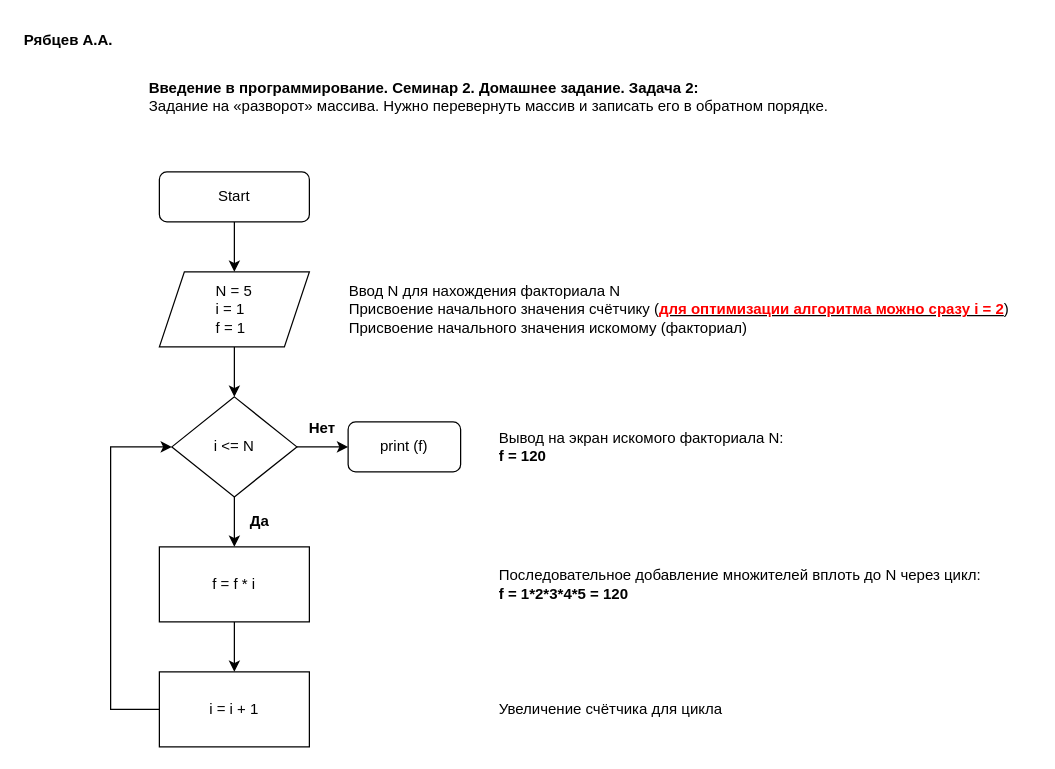
kask1n/Programming_Introguction keeps this draw.io diagram as 2022.12.09_HW_2-2.drawio. Above is the earlier version. Source tidied: cells renumbered, new cells numbered last; positions are measured from the earlier drawing's top-left corner, leaving out a move shared by most shapes. Both pictures are drawn from the tidied source at 125%, with x=0, y=0 at pixel (21, 21).
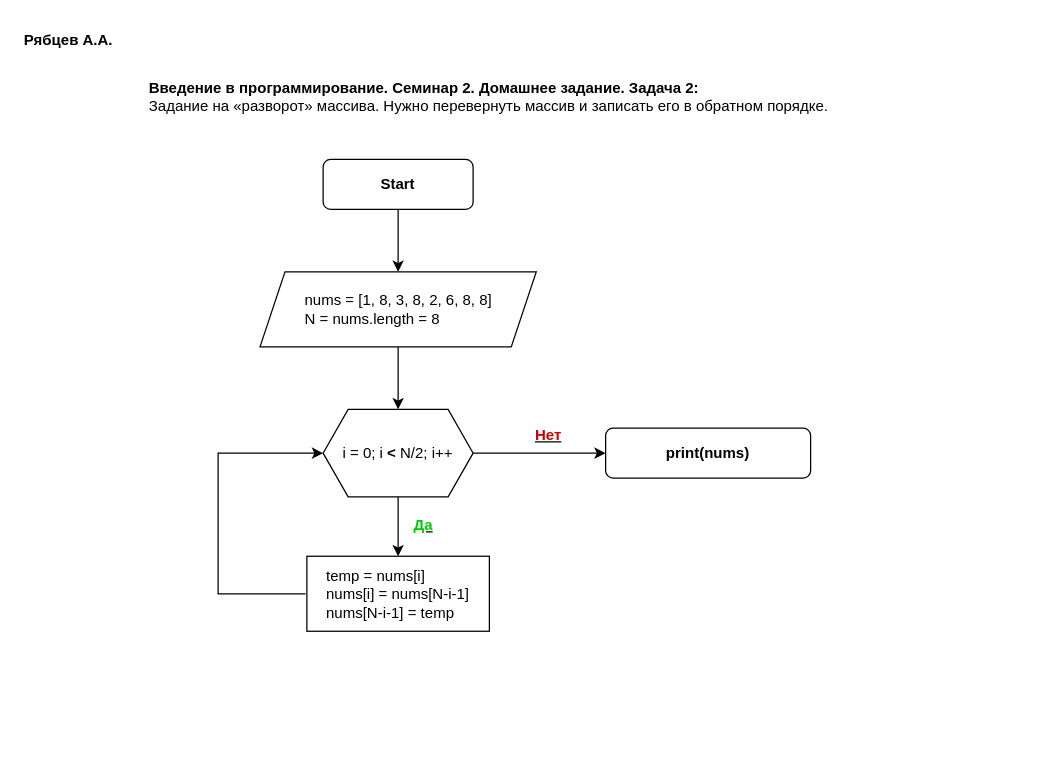
After the change.

The edit, as a diff of the source:
```diff
@@
-    <mxCell id="2" style="edgeStyle=orthogonalEdgeStyle;rounded=0;jettySize=auto;html=1;" parent="1" edge="1" source="3">
-      <mxGeometry relative="1" as="geometry">
-        <mxPoint x="170" y="200" as="targetPoint" />
-      </mxGeometry>
-    </mxCell>
+    <mxCell id="10" value="&lt;b&gt;Введение в программирование. Семинар 2. Домашнее задание. Задача 2:&lt;br&gt;&lt;/b&gt;&lt;div&gt;&lt;div&gt;Задание на «разворот» массива. Нужно перевернуть массив и&amp;nbsp;&lt;span style=&quot;background-color: initial;&quot;&gt;записать его в обратном порядке.&lt;/span&gt;&lt;/div&gt;&lt;/div&gt;" style="text;html=1;align=left;verticalAlign=middle;strokeColor=none;fillColor=none;" parent="1" vertex="1">
+      <mxGeometry x="100" y="40" width="570" height="40" as="geometry" />
+    </mxCell>
+    <mxCell id="21" value="&lt;b&gt;Рябцев А.А.&lt;/b&gt;" style="text;html=1;align=left;verticalAlign=middle;strokeColor=none;fillColor=none;" parent="1" vertex="1">
+      <mxGeometry width="90" height="30" as="geometry" />
+    </mxCell>
+    <mxCell id="22" style="edgeStyle=orthogonalEdgeStyle;rounded=0;jettySize=auto;html=1;" parent="1" edge="1" source="3" target="25">
+      <mxGeometry relative="1" as="geometry" />
+    </mxCell>
-    <mxCell id="3" value="Start" style="rounded=1;whiteSpace=wrap;html=1;fontSize=12;glass=0;strokeWidth=1;shadow=0;" parent="1" vertex="1">
-      <mxGeometry x="110" y="120" width="120" height="40" as="geometry" />
+    <mxCell id="3" value="&lt;b&gt;Start&lt;/b&gt;" style="rounded=1;whiteSpace=wrap;html=1;fontSize=12;glass=0;strokeWidth=1;shadow=0;" parent="1" vertex="1">
+      <mxGeometry x="241" y="110" width="120" height="40" as="geometry" />
     </mxCell>
-    <mxCell id="4" value="print (f)" style="rounded=1;whiteSpace=wrap;html=1;fontSize=12;glass=0;strokeWidth=1;shadow=0;" parent="1" vertex="1">
-      <mxGeometry x="261" y="320" width="90" height="40" as="geometry" />
-    </mxCell>
-    <mxCell id="5" style="edgeStyle=orthogonalEdgeStyle;rounded=0;jettySize=auto;html=1;" parent="1" edge="1" source="6" target="13">
-      <mxGeometry relative="1" as="geometry" />
-    </mxCell>
-    <mxCell id="6" value="&lt;div style=&quot;text-align: justify;&quot;&gt;&lt;span style=&quot;background-color: initial;&quot;&gt;N = 5&lt;/span&gt;&lt;/div&gt;&lt;div style=&quot;text-align: justify;&quot;&gt;&lt;span style=&quot;background-color: initial;&quot;&gt;i = 1&lt;/span&gt;&lt;/div&gt;&lt;div style=&quot;text-align: justify;&quot;&gt;&lt;span style=&quot;background-color: initial;&quot;&gt;f = 1&lt;/span&gt;&lt;/div&gt;" style="shape=parallelogram;perimeter=parallelogramPerimeter;whiteSpace=wrap;html=1;fixedSize=1;" parent="1" vertex="1">
-      <mxGeometry x="110" y="200" width="120" height="60" as="geometry" />
-    </mxCell>
-    <mxCell id="7" value="Вывод на экран искомого факториала N:&amp;nbsp;&lt;br&gt;&lt;b&gt;f = 120&lt;/b&gt;" style="text;html=1;align=left;verticalAlign=middle;strokeColor=none;fillColor=none;" parent="1" vertex="1">
-      <mxGeometry x="380" y="320" width="250" height="40" as="geometry" />
-    </mxCell>
-    <mxCell id="8" value="&lt;div style=&quot;&quot;&gt;&lt;span style=&quot;background-color: initial;&quot;&gt;Последовательное добавление множителей вплоть до N через цикл:&amp;nbsp;&lt;/span&gt;&lt;/div&gt;&lt;div style=&quot;&quot;&gt;&lt;span style=&quot;background-color: initial;&quot;&gt;&lt;b&gt;f = 1*2*3*4*5 = 120&lt;/b&gt;&lt;/span&gt;&lt;/div&gt;" style="text;html=1;align=left;verticalAlign=middle;strokeColor=none;fillColor=none;" parent="1" vertex="1">
-      <mxGeometry x="380" y="430" width="410" height="40" as="geometry" />
-    </mxCell>
-    <mxCell id="9" value="Ввод N для нахождения факториала N&lt;br&gt;Присвоение начального значения счётчику (&lt;b&gt;&lt;u&gt;&lt;font color=&quot;#ff0000&quot;&gt;для оптимизации алгоритма можно сразу i = 2&lt;/font&gt;&lt;/u&gt;&lt;/b&gt;)&lt;br&gt;Присвоение начального значения искомому (факториал)" style="text;html=1;align=left;verticalAlign=middle;strokeColor=none;fillColor=none;" parent="1" vertex="1">
-      <mxGeometry x="260" y="200" width="550" height="60" as="geometry" />
-    </mxCell>
-    <mxCell id="10" value="&lt;b&gt;Введение в программирование. Семинар 2. Домашнее задание. Задача 2:&lt;br&gt;&lt;/b&gt;&lt;div&gt;&lt;div&gt;Задание на «разворот» массива. Нужно перевернуть массив и&amp;nbsp;&lt;span style=&quot;background-color: initial;&quot;&gt;записать его в обратном порядке.&lt;/span&gt;&lt;/div&gt;&lt;/div&gt;" style="text;html=1;align=left;verticalAlign=middle;strokeColor=none;fillColor=none;" parent="1" vertex="1">
-      <mxGeometry x="100" y="40" width="570" height="40" as="geometry" />
-    </mxCell>
-    <mxCell id="11" style="edgeStyle=orthogonalEdgeStyle;rounded=0;jettySize=auto;html=1;" parent="1" edge="1" source="13" target="15">
-      <mxGeometry relative="1" as="geometry" />
-    </mxCell>
-    <mxCell id="12" style="edgeStyle=orthogonalEdgeStyle;rounded=0;jettySize=auto;html=1;" parent="1" edge="1" source="13" target="4">
-      <mxGeometry relative="1" as="geometry" />
-    </mxCell>
-    <mxCell id="13" value="i &amp;lt;= N" style="rhombus;whiteSpace=wrap;html=1;" parent="1" vertex="1">
-      <mxGeometry x="120" y="300" width="100" height="80" as="geometry" />
-    </mxCell>
-    <mxCell id="14" style="edgeStyle=orthogonalEdgeStyle;rounded=0;jettySize=auto;html=1;" parent="1" edge="1" source="15" target="19">
-      <mxGeometry relative="1" as="geometry" />
-    </mxCell>
-    <mxCell id="15" value="f = f * i" style="rounded=0;whiteSpace=wrap;html=1;" parent="1" vertex="1">
-      <mxGeometry x="110" y="420" width="120" height="60" as="geometry" />
-    </mxCell>
+    <mxCell id="23" value="&lt;b&gt;print(nums)&lt;/b&gt;" style="rounded=1;whiteSpace=wrap;html=1;fontSize=12;glass=0;strokeWidth=1;shadow=0;" parent="1" vertex="1">
+      <mxGeometry x="467" y="325" width="164" height="40" as="geometry" />
+    </mxCell>
+    <mxCell id="24" style="edgeStyle=orthogonalEdgeStyle;rounded=0;jettySize=auto;html=1;" parent="1" edge="1" source="25" target="29">
+      <mxGeometry relative="1" as="geometry" />
+    </mxCell>
+    <mxCell id="25" value="&lt;div style=&quot;text-align: justify;&quot;&gt;&lt;span style=&quot;background-color: initial;&quot;&gt;nums = [1, 8, 3, 8, 2, 6, 8, 8]&lt;/span&gt;&lt;/div&gt;&lt;div style=&quot;text-align: justify;&quot;&gt;&lt;span style=&quot;background-color: initial;&quot;&gt;N = nums.length = 8&lt;/span&gt;&lt;/div&gt;" style="shape=parallelogram;perimeter=parallelogramPerimeter;whiteSpace=wrap;html=1;fixedSize=1;" parent="1" vertex="1">
+      <mxGeometry x="190.5" y="200" width="221" height="60" as="geometry" />
+    </mxCell>
-    <mxCell id="16" value="&lt;b&gt;Да&lt;/b&gt;" style="text;html=1;align=center;verticalAlign=middle;strokeColor=none;fillColor=none;" parent="1" vertex="1">
-      <mxGeometry x="170" y="385" width="40" height="30" as="geometry" />
+    <mxCell id="16" value="&lt;b&gt;&lt;u&gt;&lt;font color=&quot;#00cc00&quot;&gt;Да&lt;/font&gt;&lt;/u&gt;&lt;/b&gt;" style="text;html=1;align=center;verticalAlign=middle;strokeColor=none;fillColor=none;" parent="1" vertex="1">
+      <mxGeometry x="301" y="387.5" width="40" height="30" as="geometry" />
     </mxCell>
-    <mxCell id="17" value="&lt;b&gt;Нет&lt;/b&gt;" style="text;html=1;align=center;verticalAlign=middle;strokeColor=none;fillColor=none;" parent="1" vertex="1">
-      <mxGeometry x="220" y="310" width="40" height="30" as="geometry" />
+    <mxCell id="17" value="&lt;b&gt;&lt;u&gt;&lt;font color=&quot;#cc0000&quot;&gt;Нет&lt;/font&gt;&lt;/u&gt;&lt;/b&gt;" style="text;html=1;align=center;verticalAlign=middle;strokeColor=none;fillColor=none;" parent="1" vertex="1">
+      <mxGeometry x="401" y="315.5" width="40" height="30" as="geometry" />
     </mxCell>
-    <mxCell id="18" style="edgeStyle=orthogonalEdgeStyle;rounded=0;jettySize=auto;html=1;entryX=0;entryY=0.5;entryDx=0;entryDy=0;" parent="1" edge="1" source="19" target="13">
-      <mxGeometry relative="1" as="geometry">
-        <Array as="points">
-          <mxPoint x="71" y="550" />
-          <mxPoint x="71" y="340" />
-        </Array>
-      </mxGeometry>
-    </mxCell>
-    <mxCell id="19" value="i = i + 1" style="rounded=0;whiteSpace=wrap;html=1;" parent="1" vertex="1">
-      <mxGeometry x="110" y="520" width="120" height="60" as="geometry" />
-    </mxCell>
-    <mxCell id="20" value="&lt;div style=&quot;&quot;&gt;Увеличение счётчика для цикла&lt;br&gt;&lt;/div&gt;" style="text;html=1;align=left;verticalAlign=middle;strokeColor=none;fillColor=none;" parent="1" vertex="1">
-      <mxGeometry x="380" y="535" width="200" height="30" as="geometry" />
-    </mxCell>
-    <mxCell id="21" value="&lt;b&gt;Рябцев А.А.&lt;/b&gt;" style="text;html=1;align=left;verticalAlign=middle;strokeColor=none;fillColor=none;" parent="1" vertex="1">
-      <mxGeometry width="90" height="30" as="geometry" />
-    </mxCell>
+    <mxCell id="26" style="edgeStyle=orthogonalEdgeStyle;rounded=0;jettySize=auto;html=1;entryX=0;entryY=0.5;entryDx=0;entryDy=0;" parent="1" edge="1" target="29">
+      <mxGeometry relative="1" as="geometry">
+        <mxPoint x="227" y="457.5" as="sourcePoint" />
+        <Array as="points">
+          <mxPoint x="157" y="458" />
+          <mxPoint x="157" y="345" />
+        </Array>
+      </mxGeometry>
+    </mxCell>
+    <mxCell id="27" style="edgeStyle=orthogonalEdgeStyle;rounded=0;jettySize=auto;html=1;" parent="1" edge="1" source="29" target="23">
+      <mxGeometry relative="1" as="geometry" />
+    </mxCell>
+    <mxCell id="28" style="edgeStyle=orthogonalEdgeStyle;rounded=0;jettySize=auto;html=1;" parent="1" edge="1" source="29" target="30">
+      <mxGeometry relative="1" as="geometry" />
+    </mxCell>
+    <mxCell id="29" value="&lt;div style=&quot;text-align: justify;&quot;&gt;&lt;span style=&quot;background-color: initial;&quot;&gt;i = 0;&amp;nbsp;&lt;/span&gt;&lt;span style=&quot;background-color: initial;&quot;&gt;i &lt;b&gt;&amp;lt;&lt;/b&gt;&amp;nbsp;N/2; i++&lt;/span&gt;&lt;/div&gt;" style="shape=hexagon;perimeter=hexagonPerimeter2;whiteSpace=wrap;html=1;fixedSize=1;" parent="1" vertex="1">
+      <mxGeometry x="241" y="310" width="120" height="70" as="geometry" />
+    </mxCell>
+    <mxCell id="30" value="&lt;div style=&quot;text-align: justify;&quot;&gt;&lt;span style=&quot;background-color: initial;&quot;&gt;temp = nums[i]&lt;/span&gt;&lt;/div&gt;&lt;div style=&quot;text-align: justify;&quot;&gt;&lt;span style=&quot;background-color: initial;&quot;&gt;nums[i] = nums[N-i-1]&lt;/span&gt;&lt;/div&gt;&lt;div style=&quot;text-align: justify;&quot;&gt;&lt;span style=&quot;background-color: initial;&quot;&gt;nums[N-i-1] = temp&lt;/span&gt;&lt;/div&gt;" style="rounded=0;whiteSpace=wrap;html=1;" parent="1" vertex="1">
+      <mxGeometry x="228" y="427.5" width="146" height="60" as="geometry" />
+    </mxCell>
```
